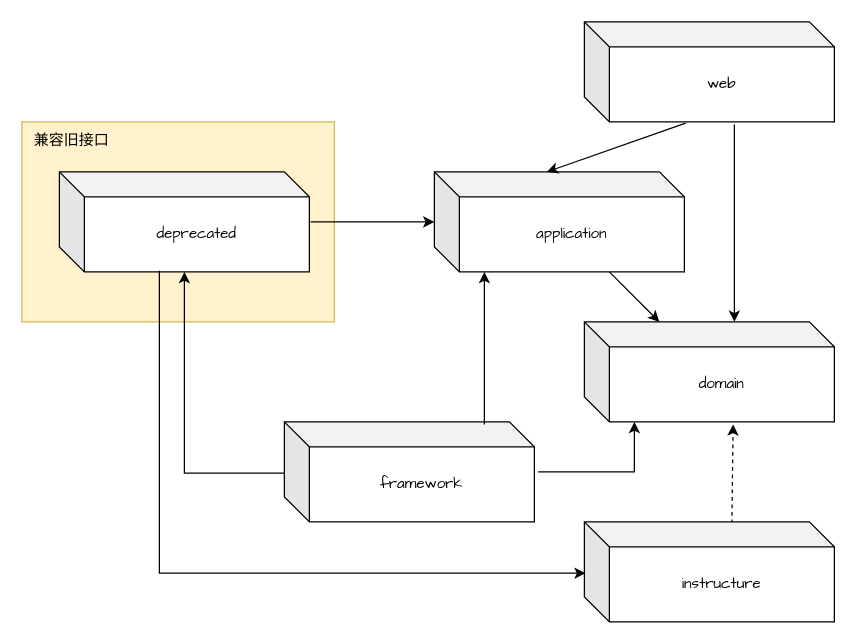
This is RSC兼容架构图.drawio from herozzn/draw, a draw.io file, before an edit. Source tidied: cells renumbered, new cells numbered last; positions are measured from the earlier drawing's top-left corner, leaving out a move shared by most shapes. Both pictures are drawn from the tidied source at 125%, with x=0, y=0 at pixel (21, 21).
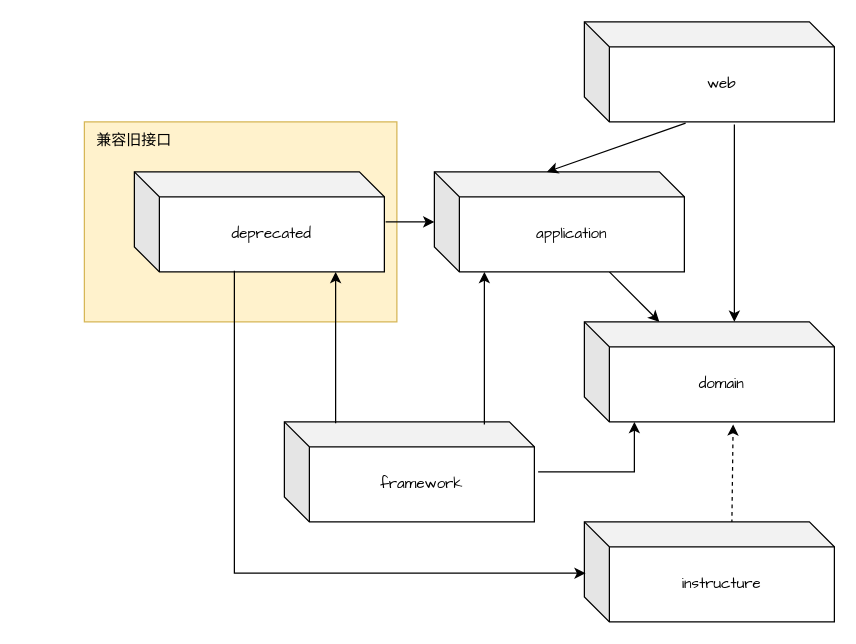
The same page after the edit.

Commit message (it also covers changes not shown here):
更新RSC兼容架构图.drawio

Change to the diagram source:
```diff
@@
 <mxGraphModel>
   <root>
     <mxCell id="0" />
     <mxCell id="1" parent="0" />
     <mxCell id="2" style="rounded=0;jettySize=auto;html=1;" parent="1" edge="1" source="3" target="4">
       <mxGeometry relative="1" as="geometry" />
     </mxCell>
     <mxCell id="3" value="application" style="shape=cube;whiteSpace=wrap;html=1;boundedLbl=1;backgroundOutline=1;darkOpacity=0.05;darkOpacity2=0.1;shadow=0;fontFamily=Comic Sans MS;" parent="1" vertex="1">
       <mxGeometry x="330" y="120" width="200" height="80" as="geometry" />
     </mxCell>
     <mxCell id="4" value="domain" style="shape=cube;whiteSpace=wrap;html=1;boundedLbl=1;backgroundOutline=1;darkOpacity=0.05;darkOpacity2=0.1;shadow=0;fontFamily=Comic Sans MS;" parent="1" vertex="1">
       <mxGeometry x="450" y="240" width="200" height="80" as="geometry" />
     </mxCell>
     <mxCell id="5" style="rounded=0;jettySize=auto;html=1;dashed=1;exitX=0.59;exitY=0.013;exitDx=0;exitDy=0;exitPerimeter=0;entryX=0.595;entryY=1.025;entryDx=0;entryDy=0;entryPerimeter=0;" parent="1" edge="1" source="6" target="4">
       <mxGeometry relative="1" as="geometry" />
     </mxCell>
     <mxCell id="6" value="instructure" style="shape=cube;whiteSpace=wrap;html=1;boundedLbl=1;backgroundOutline=1;darkOpacity=0.05;darkOpacity2=0.1;shadow=0;fontFamily=Comic Sans MS;" parent="1" vertex="1">
       <mxGeometry x="450" y="400" width="200" height="80" as="geometry" />
     </mxCell>
     <mxCell id="7" value="web" style="shape=cube;whiteSpace=wrap;html=1;boundedLbl=1;backgroundOutline=1;darkOpacity=0.05;darkOpacity2=0.1;shadow=0;fontFamily=Comic Sans MS;" parent="1" vertex="1">
       <mxGeometry x="450" width="200" height="80" as="geometry" />
     </mxCell>
     <mxCell id="8" style="rounded=0;jettySize=auto;html=1;exitX=0.405;exitY=1.013;exitDx=0;exitDy=0;exitPerimeter=0;entryX=0;entryY=0;entryDx=90;entryDy=0;entryPerimeter=0;" parent="1" edge="1" source="7" target="3">
       <mxGeometry relative="1" as="geometry" />
     </mxCell>
     <mxCell id="9" style="rounded=0;jettySize=auto;html=1;exitX=0.6;exitY=1.025;exitDx=0;exitDy=0;exitPerimeter=0;entryX=0.6;entryY=0;entryDx=0;entryDy=0;entryPerimeter=0;" parent="1" edge="1" source="7" target="4">
       <mxGeometry relative="1" as="geometry" />
     </mxCell>
     <mxCell id="10" style="rounded=0;whiteSpace=wrap;html=1;fillColor=#fff2cc;strokeColor=#d6b656;" parent="1" vertex="1">
-      <mxGeometry y="80" width="250" height="160" as="geometry" />
+      <mxGeometry x="50" y="80" width="250" height="160" as="geometry" />
     </mxCell>
     <mxCell id="11" value="deprecated" style="shape=cube;whiteSpace=wrap;html=1;boundedLbl=1;backgroundOutline=1;darkOpacity=0.05;darkOpacity2=0.1;shadow=0;fontFamily=Comic Sans MS;" parent="1" vertex="1">
-      <mxGeometry x="30" y="120" width="200" height="80" as="geometry" />
+      <mxGeometry x="90" y="120" width="200" height="80" as="geometry" />
     </mxCell>
     <mxCell id="12" style="endArrow=classic;html=1;rounded=0;edgeStyle=orthogonalEdgeStyle;exitX=0.4;exitY=0.988;exitDx=0;exitDy=0;exitPerimeter=0;entryX=0.005;entryY=0.513;entryDx=0;entryDy=0;entryPerimeter=0;" parent="1" edge="1" source="11" target="6">
       <mxGeometry relative="1" as="geometry" />
     </mxCell>
     <mxCell id="13" value="兼容旧接口" style="text;html=1;strokeColor=none;fillColor=none;align=center;verticalAlign=middle;whiteSpace=wrap;rounded=0;" parent="1" vertex="1">
-      <mxGeometry y="80" width="80" height="30" as="geometry" />
+      <mxGeometry x="50" y="80" width="80" height="30" as="geometry" />
     </mxCell>
-    <mxCell id="14" style="edgeStyle=orthogonalEdgeStyle;rounded=0;jettySize=auto;html=1;exitX=0.005;exitY=0.513;exitDx=0;exitDy=0;exitPerimeter=0;" parent="1" edge="1" source="15" target="11">
-      <mxGeometry relative="1" as="geometry" />
-    </mxCell>
     <mxCell id="15" value="framework" style="shape=cube;whiteSpace=wrap;html=1;boundedLbl=1;backgroundOutline=1;darkOpacity=0.05;darkOpacity2=0.1;shadow=0;fontFamily=Comic Sans MS;" parent="1" vertex="1">
       <mxGeometry x="210" y="320" width="200" height="80" as="geometry" />
     </mxCell>
     <mxCell id="16" style="endArrow=classic;html=1;rounded=0;edgeStyle=orthogonalEdgeStyle;exitX=0.8;exitY=0.025;exitDx=0;exitDy=0;exitPerimeter=0;" parent="1" edge="1" source="15">
       <mxGeometry relative="1" as="geometry">
         <mxPoint x="370" y="200" as="targetPoint" />
       </mxGeometry>
     </mxCell>
     <mxCell id="17" style="endArrow=classic;html=1;rounded=0;edgeStyle=orthogonalEdgeStyle;entryX=0.2;entryY=1;entryDx=0;entryDy=0;entryPerimeter=0;exitX=1.015;exitY=0.5;exitDx=0;exitDy=0;exitPerimeter=0;" parent="1" edge="1" source="15" target="4">
       <mxGeometry relative="1" as="geometry" />
     </mxCell>
     <mxCell id="18" style="endArrow=classic;html=1;rounded=0;edgeStyle=orthogonalEdgeStyle;exitX=1.005;exitY=0.5;exitDx=0;exitDy=0;exitPerimeter=0;" parent="1" edge="1" source="11" target="3">
       <mxGeometry relative="1" as="geometry" />
     </mxCell>
+    <mxCell id="14" style="endArrow=classic;html=1;rounded=0;edgeStyle=orthogonalEdgeStyle;entryX=0.805;entryY=1;entryDx=0;entryDy=0;entryPerimeter=0;exitX=0.205;exitY=0.013;exitDx=0;exitDy=0;exitPerimeter=0;" parent="1" edge="1" source="15" target="11">
+      <mxGeometry relative="1" as="geometry" />
+    </mxCell>
   </root>
 </mxGraphModel>
```
